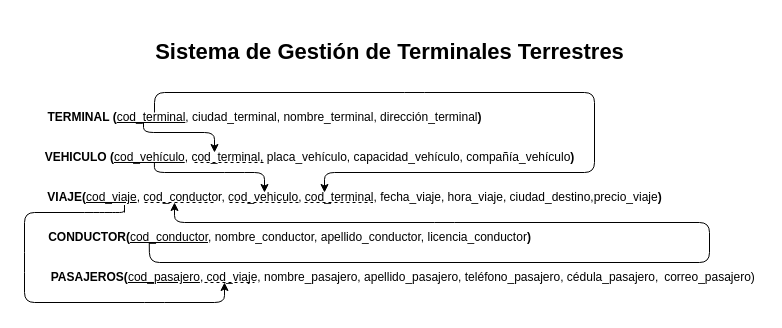
Vladimirjon/Proyecto_BDD keeps this draw.io diagram as grafo.drawio. Above is the earlier version. Source tidied: cells renumbered, new cells numbered last; positions are measured from the earlier drawing's top-left corner, leaving out a move shared by most shapes. Both pictures are drawn from the tidied source at 100%, with x=0, y=0 at pixel (24, 17).
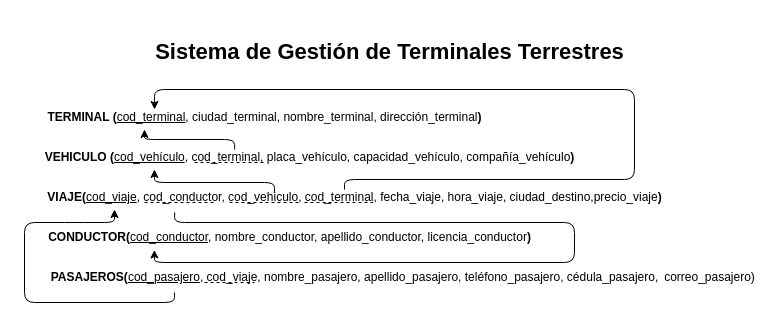
Above is the later version.

Commit message (it also covers changes not shown here):
correción flechas grafo

The change refers to these unchanged cells:
```xml
<mxCell id="2" value="&lt;b&gt;TERMINAL (&lt;/b&gt;&lt;u&gt;cod_terminal&lt;/u&gt;, ciudad_terminal, nombre_terminal, dirección_terminal&lt;b&gt;)&lt;/b&gt;" style="text;html=1;align=center;verticalAlign=middle;points=[];strokeColor=none;fillColor=none;" parent="1" vertex="1">
  <mxGeometry x="10" y="85" width="460" height="30" as="geometry" />
</mxCell>
<mxCell id="3" value="&lt;b&gt;VEHICULO (&lt;/b&gt;&lt;u&gt;cod_vehículo&lt;/u&gt;, cod_terminal, placa_vehículo, capacidad&lt;span style=&quot;color: rgb(0, 0, 0);&quot;&gt;_vehículo, compañ&lt;/span&gt;&lt;span style=&quot;color: rgb(0, 0, 0);&quot;&gt;í&lt;/span&gt;&lt;span style=&quot;color: rgb(0, 0, 0);&quot;&gt;a&lt;/span&gt;&lt;span style=&quot;color: rgb(0, 0, 0);&quot;&gt;_vehículo&lt;/span&gt;&lt;b&gt;)&lt;/b&gt;" style="text;html=1;align=center;verticalAlign=middle;points=[];strokeColor=none;fillColor=none;" parent="1" vertex="1">
  <mxGeometry x="10" y="125" width="550" height="30" as="geometry" />
</mxCell>
<mxCell id="5" value="&lt;b&gt;CONDUCTOR(&lt;/b&gt;&lt;u&gt;cod_conductor&lt;/u&gt;, nombre_conductor, apellido&lt;span style=&quot;color: rgb(0, 0, 0);&quot;&gt;_conductor&lt;/span&gt;, licencia_conductor&lt;b&gt;)&lt;/b&gt;" style="text;html=1;align=center;verticalAlign=middle;points=[];strokeColor=none;fillColor=none;" parent="1" vertex="1">
  <mxGeometry x="10" y="205" width="510" height="30" as="geometry" />
</mxCell>
```

Change to the diagram source:
```diff
@@
-    <mxCell id="10" style="endArrow=classic;html=1;exitX=0.225;exitY=0.667;exitDx=0;exitDy=0;exitPerimeter=0;" parent="1" edge="1" source="5">
-      <mxGeometry relative="1" as="geometry">
-        <mxPoint x="150" y="185" as="targetPoint" />
-        <Array as="points">
-          <mxPoint x="125" y="245" />
-          <mxPoint x="685" y="245" />
-          <mxPoint x="685" y="205" />
-          <mxPoint x="420" y="205" />
-          <mxPoint x="150" y="205" />
-        </Array>
-      </mxGeometry>
-    </mxCell>
-    <mxCell id="11" style="endArrow=classic;html=1;" parent="1" edge="1">
-      <mxGeometry relative="1" as="geometry">
-        <mxPoint x="130" y="95" as="sourcePoint" />
-        <mxPoint x="300" y="175" as="targetPoint" />
-        <Array as="points">
-          <mxPoint x="130" y="75" />
-          <mxPoint x="390" y="75" />
-          <mxPoint x="570" y="75" />
-          <mxPoint x="570" y="155" />
-          <mxPoint x="300" y="155" />
-        </Array>
-      </mxGeometry>
-    </mxCell>
@@
-    <mxCell id="14" style="endArrow=classic;html=1;" parent="1" edge="1">
-      <mxGeometry relative="1" as="geometry">
-        <mxPoint x="100" y="195" as="sourcePoint" />
-        <mxPoint x="200" y="265" as="targetPoint" />
-        <Array as="points">
-          <mxPoint x="100" y="185" />
-          <mxPoint x="100" y="195" />
-          <mxPoint x="90" y="195" />
-          <mxPoint x="70" y="195" />
-          <mxPoint y="195" />
-          <mxPoint y="245" />
-          <mxPoint y="285" />
-          <mxPoint x="130" y="285" />
-          <mxPoint x="200" y="285" />
-        </Array>
-      </mxGeometry>
-    </mxCell>
@@
-    <mxCell id="16" style="endArrow=classic;html=1;exitX=0.218;exitY=0.667;exitDx=0;exitDy=0;exitPerimeter=0;" parent="1" edge="1" source="3">
-      <mxGeometry relative="1" as="geometry">
-        <mxPoint x="240" y="175" as="targetPoint" />
-        <Array as="points">
-          <mxPoint x="130" y="155" />
-          <mxPoint x="210" y="155" />
-          <mxPoint x="240" y="155" />
-        </Array>
-      </mxGeometry>
-    </mxCell>
-    <mxCell id="17" style="edgeStyle=none;html=1;" parent="1" edge="1">
-      <mxGeometry relative="1" as="geometry">
-        <mxPoint x="119" y="105" as="sourcePoint" />
-        <mxPoint x="190" y="135" as="targetPoint" />
-        <Array as="points">
-          <mxPoint x="119" y="115" />
-          <mxPoint x="190" y="115" />
-        </Array>
-      </mxGeometry>
-    </mxCell>
@@
+    <mxCell id="19" style="endArrow=classic;html=1;" parent="1" edge="1">
+      <mxGeometry relative="1" as="geometry">
+        <mxPoint x="150" y="275" as="sourcePoint" />
+        <mxPoint x="90" y="192" as="targetPoint" />
+        <Array as="points">
+          <mxPoint x="150" y="285" />
+          <mxPoint y="285" />
+          <mxPoint y="205" />
+          <mxPoint x="50" y="205" />
+          <mxPoint x="90" y="205" />
+        </Array>
+      </mxGeometry>
+    </mxCell>
+    <mxCell id="20" style="endArrow=classic;html=1;exitX=0.219;exitY=0.9;exitDx=0;exitDy=0;exitPerimeter=0;entryX=0.235;entryY=0.915;entryDx=0;entryDy=0;entryPerimeter=0;" parent="1" edge="1" target="5">
+      <mxGeometry relative="1" as="geometry">
+        <mxPoint x="150.2" y="195" as="sourcePoint" />
+        <Array as="points">
+          <mxPoint x="150" y="205" />
+          <mxPoint x="550" y="205" />
+          <mxPoint x="550" y="245" />
+          <mxPoint x="130" y="245" />
+        </Array>
+      </mxGeometry>
+    </mxCell>
+    <mxCell id="21" style="endArrow=classic;html=1;entryX=0.261;entryY=0.233;entryDx=0;entryDy=0;entryPerimeter=0;" parent="1" edge="1" target="2">
+      <mxGeometry relative="1" as="geometry">
+        <mxPoint x="320" y="172" as="sourcePoint" />
+        <Array as="points">
+          <mxPoint x="320" y="162" />
+          <mxPoint x="610" y="162" />
+          <mxPoint x="610" y="72" />
+          <mxPoint x="130" y="72" />
+        </Array>
+      </mxGeometry>
+    </mxCell>
+    <mxCell id="22" style="endArrow=classic;html=1;exitX=0.364;exitY=0.233;exitDx=0;exitDy=0;exitPerimeter=0;" parent="1" edge="1" source="3">
+      <mxGeometry relative="1" as="geometry">
+        <mxPoint x="120" y="112" as="targetPoint" />
+        <Array as="points">
+          <mxPoint x="210" y="122" />
+          <mxPoint x="120" y="122" />
+        </Array>
+      </mxGeometry>
+    </mxCell>
+    <mxCell id="23" style="endArrow=classic;html=1;entryX=0.218;entryY=0.9;entryDx=0;entryDy=0;entryPerimeter=0;exitX=0.375;exitY=0.233;exitDx=0;exitDy=0;exitPerimeter=0;" parent="1" edge="1" target="3">
+      <mxGeometry relative="1" as="geometry">
+        <mxPoint x="250" y="175" as="sourcePoint" />
+        <Array as="points">
+          <mxPoint x="250" y="165" />
+          <mxPoint x="130" y="165" />
+        </Array>
+      </mxGeometry>
+    </mxCell>
```
